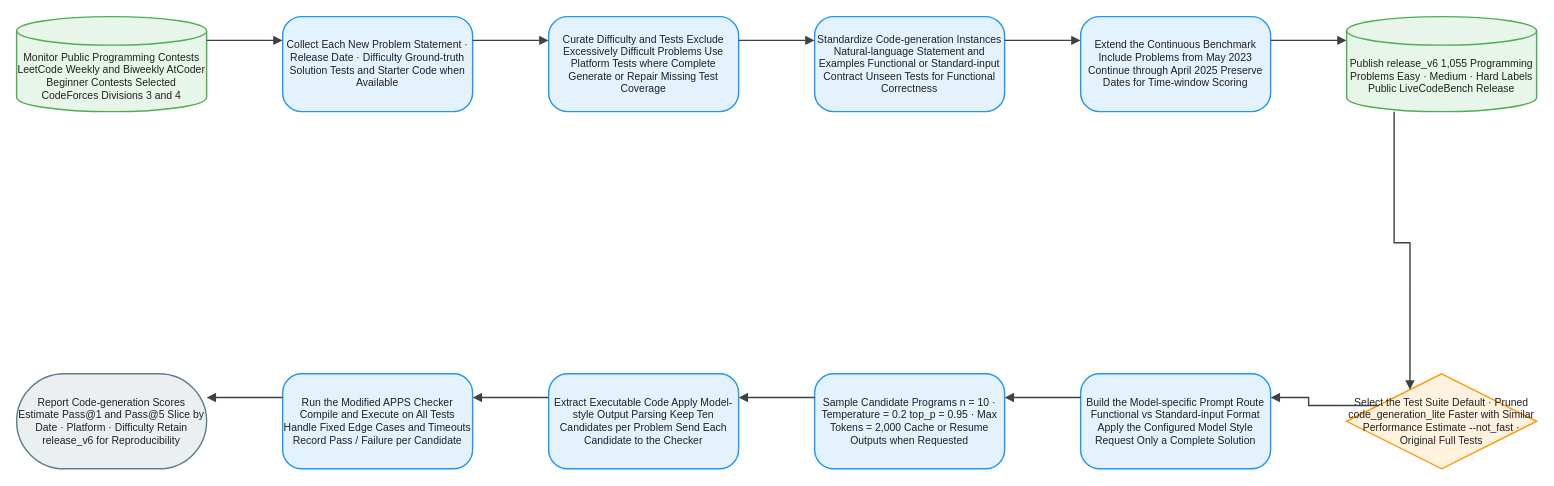
Above: client/public/drawio/LiveCodeBench_v6/LiveCodeBench_v6.en.drawio in joe1chief/benchmark-hub (draw.io), before the change. Source tidied: cells renumbered, new cells numbered last; positions are measured from the earlier drawing's top-left corner, leaving out a move shared by most shapes. Both pictures are drawn from the tidied source at 95%, with x=0, y=0 at pixel (16, 16).
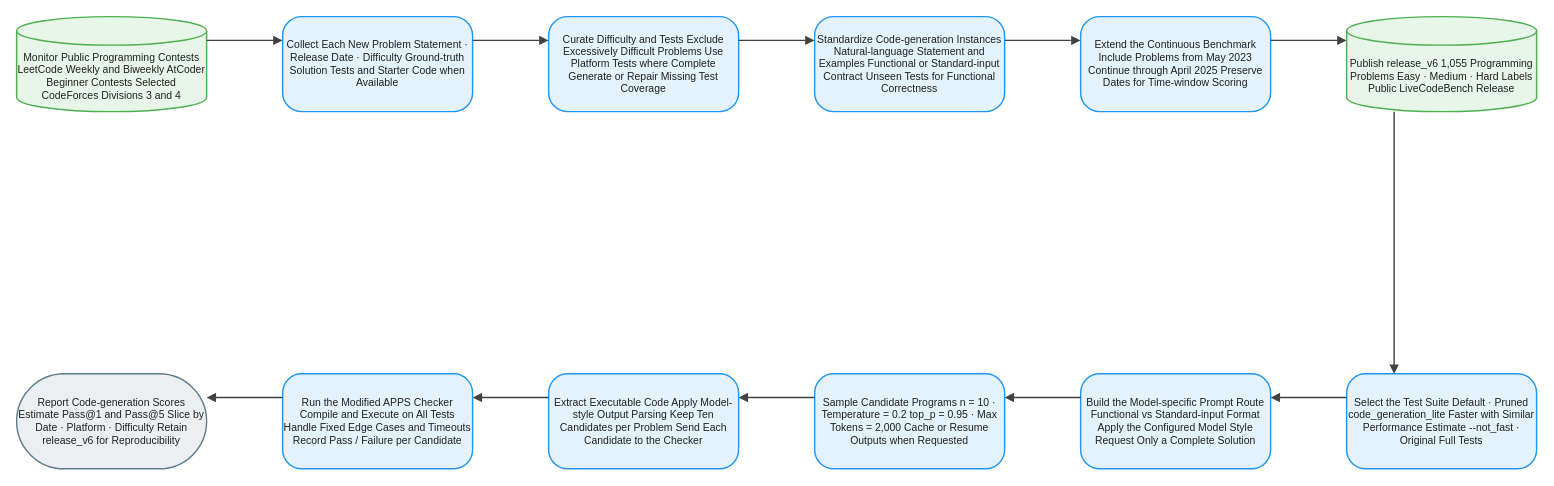
The same page after the edit.

The edit, as a diff of the source:
```diff
@@
-    <mxCell id="8" value="Select the Test Suite Default · Pruned code_generation_lite Faster with Similar Performance Estimate --not_fast · Original Full Tests" style="rhombus;html=1;whiteSpace=wrap;fillColor=#FFF3E0;strokeColor=#FF9800;strokeWidth=1.5;fontColor=#212121;fontSize=11;fontFamily=Arial, Helvetica, sans-serif;verticalAlign=middle;align=center;" parent="1" vertex="1">
+    <mxCell id="8" value="Select the Test Suite Default · Pruned code_generation_lite Faster with Similar Performance Estimate --not_fast · Original Full Tests" style="rounded=1;arcSize=20;html=1;whiteSpace=wrap;fillColor=#E3F2FD;strokeColor=#2196F3;strokeWidth=1.5;fontColor=#212121;fontSize=11;fontFamily=Arial, Helvetica, sans-serif;verticalAlign=middle;align=center;" parent="1" vertex="1">
       <mxGeometry x="1400" y="376" width="200" height="100" as="geometry" />
     </mxCell>
```
